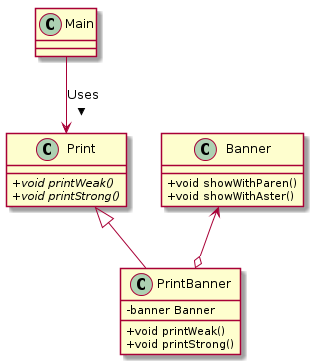
Before: jupyter_notebook/Java/img/ISBN4-7973-2703-0_Fig.2-4.png, a diagram exported from PlantUML (ftakao2007/python). The source it was exported from:
```plantuml
@startuml
skinparam classAttributeIconSize 0

class Main {
}

class Print {
    {abstract} +void printWeak()
    {abstract} +void printStrong()
}

class PrintBanner {
    -banner Banner
    +void printWeak()
    +void printStrong()
}

class Banner {
    +void showWithParen()
    +void showWithAster()
}

Main --> Print : Uses >
Print <|-- PrintBanner
Banner <--o PrintBanner

@enduml
```
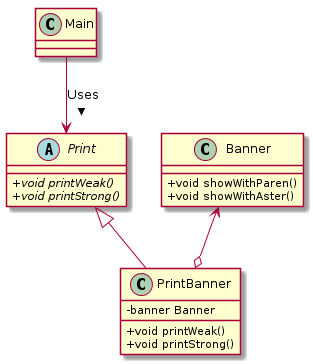
The same diagram one commit later.

Change to the diagram source:
```diff
@@ -4,7 +4,7 @@
 class Main {
 }
 
-class Print {
+abstract class Print {
     {abstract} +void printWeak()
     {abstract} +void printStrong()
 }
```
